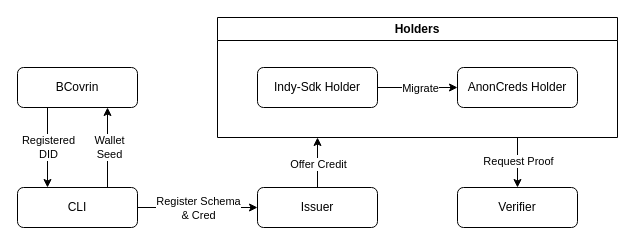
shunueda/aries-js-demo keeps this draw.io diagram as cli/flow.drawio. Above is the earlier version. Source tidied: cells renumbered, new cells numbered last; positions are measured from the earlier drawing's top-left corner, leaving out a move shared by most shapes. Both pictures are drawn from the tidied source at 100%, with x=0, y=0 at pixel (17, 17).
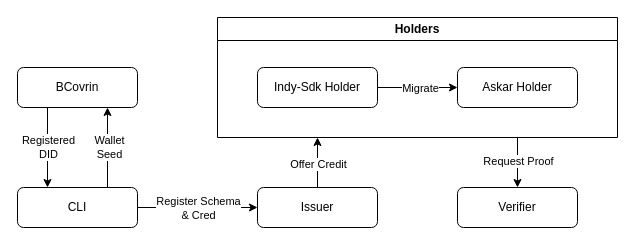
After the change.

Unchanged cells that the change refers to:
```xml
<mxCell id="16" value="Holders" style="swimlane;whiteSpace=wrap;html=1;" parent="1" vertex="1">
  <mxGeometry x="200" width="400" height="120" as="geometry" />
</mxCell>
```

The edit, as a diff of the source:
```diff
@@
-    <mxCell id="17" value="AnonCreds Holder" style="rounded=1;whiteSpace=wrap;html=1;" parent="16" vertex="1">
+    <mxCell id="17" value="Askar Holder" style="rounded=1;whiteSpace=wrap;html=1;" parent="16" vertex="1">
       <mxGeometry x="240" y="50" width="120" height="40" as="geometry" />
     </mxCell>
```
